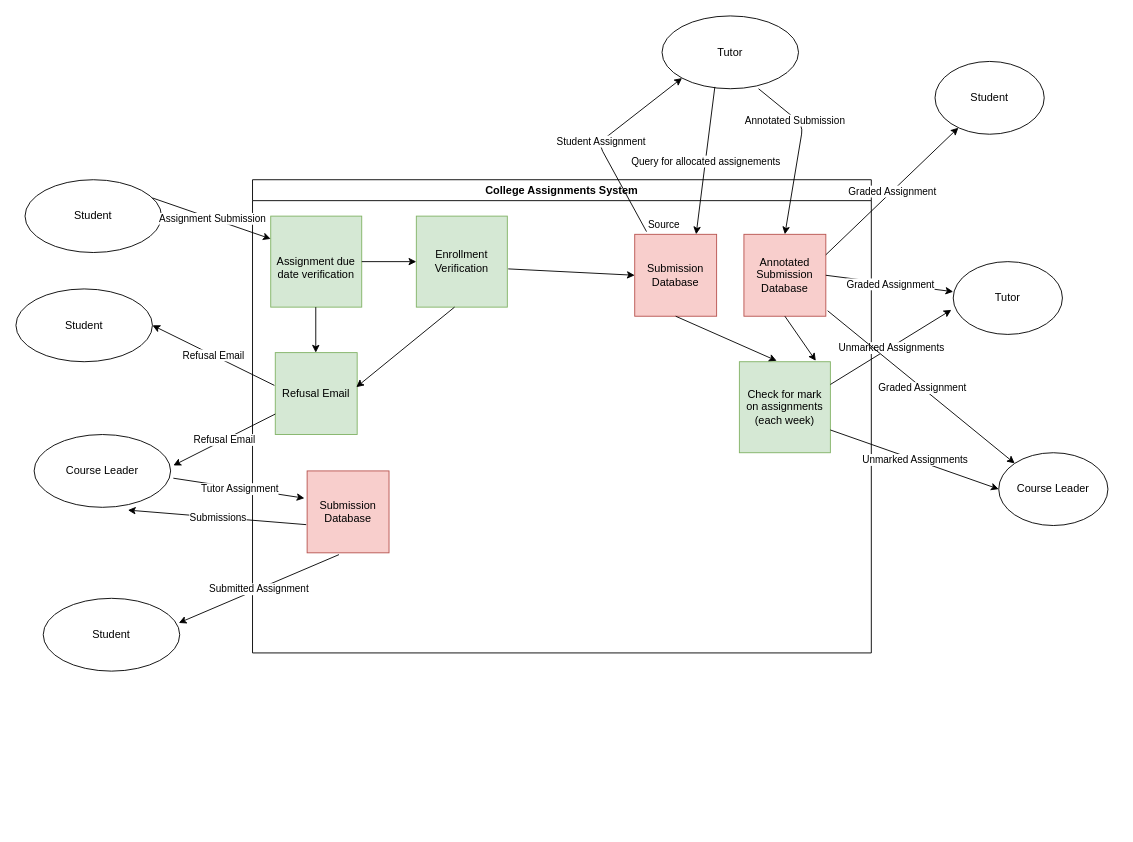
Before: page "Level 1" (2 of 2) of Unit2Question2.drawio in logankilpatrick/OxfordUnit2, a draw.io diagram. Source tidied: cells renumbered, new cells numbered last; positions are measured from the earlier drawing's top-left corner, leaving out a move shared by most shapes. Both pictures are drawn from the tidied source at 91%, with x=0, y=0 at pixel (15, 15).
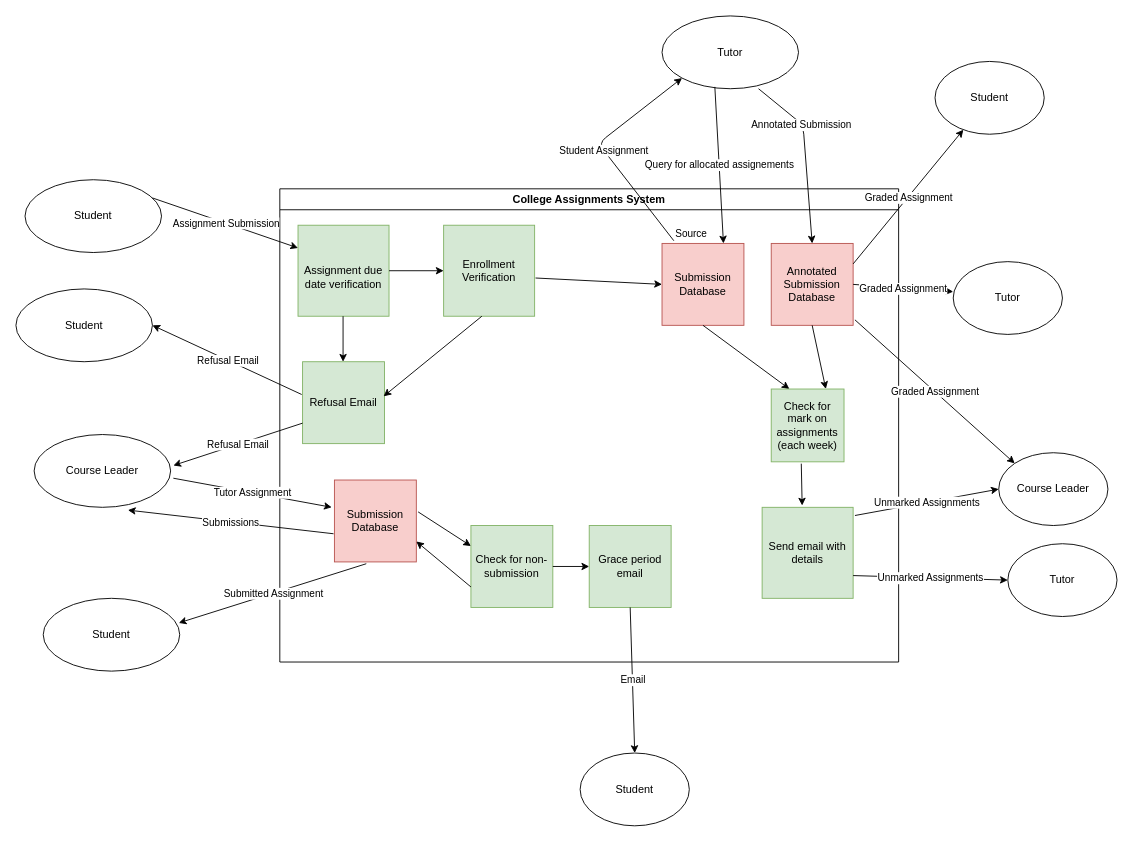
Above is the later version.

Commit message:
Initial finalization of Level 1

The change refers to these unchanged cells:
```xml
<mxCell id="9" value="Submission Database" style="whiteSpace=wrap;html=1;fillColor=#f8cecc;strokeColor=#b85450;" parent="5" vertex="1">
  <mxGeometry x="420" y="60" width="90" height="90" as="geometry" />
</mxCell>
<mxCell id="14" value="Submission Database" style="whiteSpace=wrap;html=1;fillColor=#f8cecc;strokeColor=#b85450;" parent="5" vertex="1">
  <mxGeometry x="60" y="320" width="90" height="90" as="geometry" />
</mxCell>
<mxCell id="15" value="Annotated Submission Database" style="whiteSpace=wrap;html=1;fillColor=#f8cecc;strokeColor=#b85450;" parent="5" vertex="1">
  <mxGeometry x="540" y="60" width="90" height="90" as="geometry" />
</mxCell>
<mxCell id="36" value="Tutor" style="ellipse;whiteSpace=wrap;html=1;" parent="1" vertex="1">
  <mxGeometry x="1030" y="270" width="120" height="80" as="geometry" />
</mxCell>
<mxCell id="37" value="Course Leader" style="ellipse;whiteSpace=wrap;html=1;" parent="1" vertex="1">
  <mxGeometry x="1080" y="480" width="120" height="80" as="geometry" />
</mxCell>
```

The edit, as a diff of the source:
```diff
@@
     <mxCell id="5" value="College Assignments System" style="swimlane;" parent="1" vertex="1">
-      <mxGeometry x="260" y="180" width="680" height="520" as="geometry" />
+      <mxGeometry x="290" y="190" width="680" height="520" as="geometry" />
     </mxCell>
@@
-    <mxCell id="16" value="Check for mark on assignments (each week)" style="whiteSpace=wrap;html=1;fillColor=#d5e8d4;strokeColor=#82b366;" parent="5" vertex="1">
-      <mxGeometry x="535" y="200" width="100" height="100" as="geometry" />
+    <mxCell id="16" value="Send email with details" style="whiteSpace=wrap;html=1;fillColor=#d5e8d4;strokeColor=#82b366;" parent="5" vertex="1">
+      <mxGeometry x="530" y="350" width="100" height="100" as="geometry" />
     </mxCell>
-    <mxCell id="17" style="endArrow=classic;html=1;exitX=0.5;exitY=1;exitDx=0;exitDy=0;entryX=0.84;entryY=-0.01;entryDx=0;entryDy=0;entryPerimeter=0;" parent="5" edge="1" source="15" target="16">
+    <mxCell id="17" style="endArrow=classic;html=1;exitX=0.5;exitY=1;exitDx=0;exitDy=0;entryX=0.75;entryY=0;entryDx=0;entryDy=0;" parent="5" edge="1" source="15" target="53">
       <mxGeometry relative="1" as="geometry" />
     </mxCell>
-    <mxCell id="18" style="endArrow=classic;html=1;exitX=0.5;exitY=1;exitDx=0;exitDy=0;entryX=0.41;entryY=-0.01;entryDx=0;entryDy=0;entryPerimeter=0;" parent="5" edge="1" source="9" target="16">
+    <mxCell id="18" style="endArrow=classic;html=1;exitX=0.5;exitY=1;exitDx=0;exitDy=0;entryX=0.25;entryY=0;entryDx=0;entryDy=0;" parent="5" edge="1" source="9" target="53">
       <mxGeometry relative="1" as="geometry" />
     </mxCell>
+    <mxCell id="53" value="&lt;span&gt;Check for mark on assignments (each week)&lt;/span&gt;" style="whiteSpace=wrap;html=1;fillColor=#d5e8d4;strokeColor=#82b366;" parent="5" vertex="1">
+      <mxGeometry x="540" y="220" width="80" height="80" as="geometry" />
+    </mxCell>
+    <mxCell id="54" style="endArrow=classic;html=1;exitX=0.413;exitY=1.025;exitDx=0;exitDy=0;exitPerimeter=0;entryX=0.44;entryY=-0.02;entryDx=0;entryDy=0;entryPerimeter=0;" parent="5" edge="1" source="53" target="16">
+      <mxGeometry relative="1" as="geometry" />
+    </mxCell>
+    <mxCell id="55" value="Check for non-submission" style="whiteSpace=wrap;html=1;fillColor=#d5e8d4;strokeColor=#82b366;" parent="5" vertex="1">
+      <mxGeometry x="210" y="370" width="90" height="90" as="geometry" />
+    </mxCell>
+    <mxCell id="56" style="endArrow=classic;html=1;exitX=1.022;exitY=0.389;exitDx=0;exitDy=0;exitPerimeter=0;entryX=0;entryY=0.25;entryDx=0;entryDy=0;" parent="5" edge="1" source="14" target="55">
+      <mxGeometry relative="1" as="geometry" />
+    </mxCell>
+    <mxCell id="57" style="endArrow=classic;html=1;exitX=0;exitY=0.75;exitDx=0;exitDy=0;entryX=1;entryY=0.75;entryDx=0;entryDy=0;" parent="5" edge="1" source="55" target="14">
+      <mxGeometry relative="1" as="geometry" />
+    </mxCell>
+    <mxCell id="58" value="Grace period email" style="whiteSpace=wrap;html=1;fillColor=#d5e8d4;strokeColor=#82b366;" parent="5" vertex="1">
+      <mxGeometry x="340" y="370" width="90" height="90" as="geometry" />
+    </mxCell>
+    <mxCell id="59" style="endArrow=classic;html=1;exitX=1;exitY=0.5;exitDx=0;exitDy=0;entryX=0;entryY=0.5;entryDx=0;entryDy=0;" parent="5" edge="1" source="55" target="58">
+      <mxGeometry relative="1" as="geometry" />
+    </mxCell>
@@
-    <mxCell id="38" style="endArrow=classic;html=1;exitX=1;exitY=0.25;exitDx=0;exitDy=0;entryX=-0.017;entryY=0.663;entryDx=0;entryDy=0;entryPerimeter=0;" parent="1" edge="1" source="16" target="36">
-      <mxGeometry relative="1" as="geometry" />
-    </mxCell>
-    <mxCell id="39" value="Unmarked Assignments" style="edgeLabel;html=1;align=center;verticalAlign=middle;" parent="38" vertex="1">
-      <mxGeometry relative="1" as="geometry" />
-    </mxCell>
-    <mxCell id="40" style="endArrow=classic;html=1;exitX=1;exitY=0.75;exitDx=0;exitDy=0;entryX=0;entryY=0.5;entryDx=0;entryDy=0;" parent="1" edge="1" source="16" target="37">
+    <mxCell id="40" style="endArrow=classic;html=1;exitX=1.02;exitY=0.09;exitDx=0;exitDy=0;entryX=0;entryY=0.5;entryDx=0;entryDy=0;exitPerimeter=0;" parent="1" edge="1" source="16" target="37">
       <mxGeometry relative="1" as="geometry" />
     </mxCell>
@@
+    <mxCell id="60" style="endArrow=classic;html=1;exitX=1;exitY=0.75;exitDx=0;exitDy=0;entryX=0;entryY=0.5;entryDx=0;entryDy=0;" parent="1" edge="1" source="16" target="61">
+      <mxGeometry relative="1" as="geometry" />
+    </mxCell>
+    <mxCell id="39" value="&lt;span style=&quot;color: rgb(0, 0, 0); font-family: helvetica; font-size: 11px; font-style: normal; font-weight: normal; letter-spacing: normal; text-align: center; text-indent: 0px; text-transform: none; word-spacing: 0px; background-color: rgb(255, 255, 255); text-decoration: none; display: inline; float: none;&quot;&gt;Unmarked Assignments&lt;/span&gt;" style="edgeLabel;html=1;align=center;verticalAlign=middle;" parent="60" vertex="1">
+      <mxGeometry relative="1" as="geometry" />
+    </mxCell>
+    <mxCell id="61" value="Tutor" style="ellipse;whiteSpace=wrap;html=1;" parent="1" vertex="1">
+      <mxGeometry x="1090" y="580" width="120" height="80" as="geometry" />
+    </mxCell>
+    <mxCell id="62" value="Student" style="ellipse;whiteSpace=wrap;html=1;" parent="1" vertex="1">
+      <mxGeometry x="620" y="810" width="120" height="80" as="geometry" />
+    </mxCell>
+    <mxCell id="63" style="endArrow=classic;html=1;exitX=0.5;exitY=1;exitDx=0;exitDy=0;entryX=0.5;entryY=0;entryDx=0;entryDy=0;" parent="1" edge="1" source="58" target="62">
+      <mxGeometry relative="1" as="geometry" />
+    </mxCell>
+    <mxCell id="64" value="Email" style="edgeLabel;html=1;align=center;verticalAlign=middle;" parent="63" vertex="1">
+      <mxGeometry relative="1" as="geometry" />
+    </mxCell>
```
